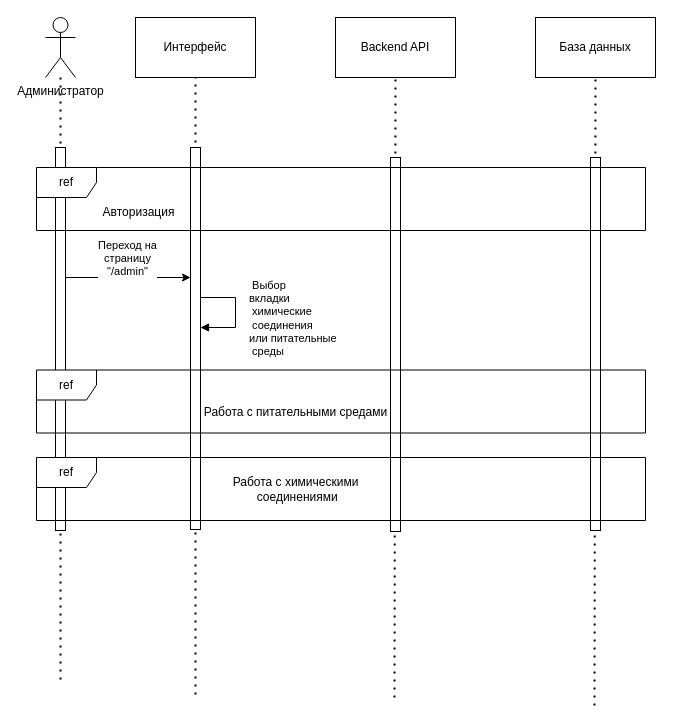
Before: sequence_manage-data.drawio in eva01pilot/plant-tissue-diagrams, a draw.io diagram. Source tidied: cells renumbered, new cells numbered last; positions are measured from the earlier drawing's top-left corner, leaving out a move shared by most shapes. Both pictures are drawn from the tidied source at 100%, with x=0, y=0 at pixel (36, 17).
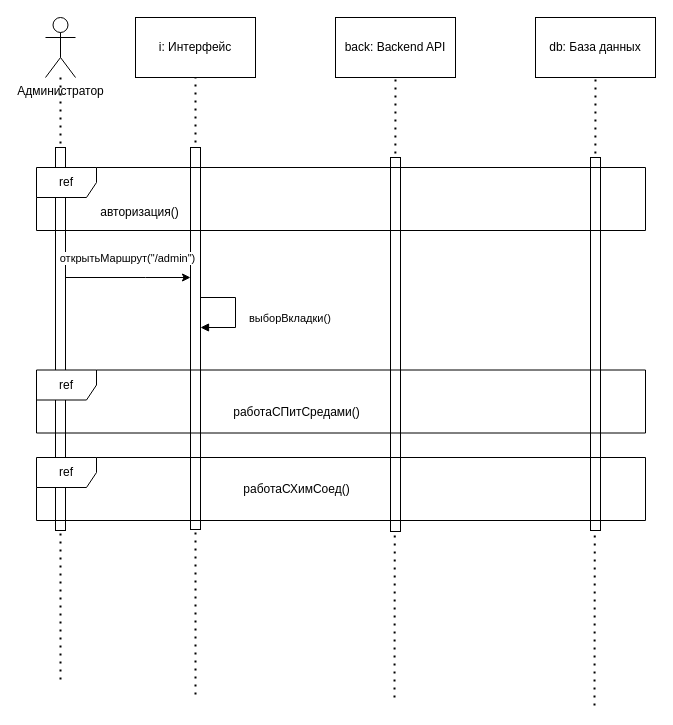
After the change.

Unchanged cells that the change refers to:
```xml
<mxCell id="9" style="html=1;points=[[0,0,0,0,5],[0,1,0,0,-5],[1,0,0,0,5],[1,1,0,0,-5]];perimeter=orthogonalPerimeter;outlineConnect=0;targetShapes=umlLifeline;portConstraint=eastwest;newEdgeStyle={&quot;curved&quot;:0,&quot;rounded&quot;:0};" parent="1" vertex="1">
  <mxGeometry x="154" y="130" width="10" height="382" as="geometry" />
</mxCell>
<mxCell id="16" style="endArrow=classic;html=1;rounded=0;" parent="1" edge="1" source="8" target="9">
  <mxGeometry relative="1" as="geometry">
    <Array as="points">
      <mxPoint x="109" y="260" />
    </Array>
  </mxGeometry>
</mxCell>
```

The edit, as a diff of the source:
```diff
@@
-    <mxCell id="7" value="Интерфейс" style="rounded=0;whiteSpace=wrap;html=1;" parent="1" vertex="1">
+    <mxCell id="7" value="i: Интерфейс" style="rounded=0;whiteSpace=wrap;html=1;" parent="1" vertex="1">
       <mxGeometry x="99" width="120" height="60" as="geometry" />
     </mxCell>
@@
-    <mxCell id="10" value="Backend API" style="rounded=0;whiteSpace=wrap;html=1;" parent="1" vertex="1">
+    <mxCell id="10" value="back: Backend API" style="rounded=0;whiteSpace=wrap;html=1;" parent="1" vertex="1">
       <mxGeometry x="299" width="120" height="60" as="geometry" />
     </mxCell>
@@
-    <mxCell id="12" value="База данных" style="rounded=0;whiteSpace=wrap;html=1;" parent="1" vertex="1">
+    <mxCell id="12" value="db: База данных" style="rounded=0;whiteSpace=wrap;html=1;" parent="1" vertex="1">
       <mxGeometry x="499" width="120" height="60" as="geometry" />
     </mxCell>
@@
-    <mxCell id="15" value="Авторизация" style="text;html=1;align=center;verticalAlign=middle;strokeColor=none;fillColor=none;" parent="1" vertex="1">
-      <mxGeometry x="52" y="180" width="100" height="30" as="geometry" />
+    <mxCell id="15" value="авторизация()" style="text;html=1;align=center;verticalAlign=middle;strokeColor=none;fillColor=none;" parent="1" vertex="1">
+      <mxGeometry x="53" y="182" width="99" height="26" as="geometry" />
     </mxCell>
@@
-    <mxCell id="17" value="&lt;div&gt;Переход на &lt;br&gt;&lt;/div&gt;&lt;div&gt;страницу&lt;/div&gt;&lt;div&gt;&quot;/admin&quot;&lt;br&gt;&lt;/div&gt;" style="edgeLabel;html=1;align=center;verticalAlign=middle;" parent="16" vertex="1">
+    <mxCell id="17" value="открытьМаршрут(&quot;/admin&quot;)" style="edgeLabel;html=1;align=center;verticalAlign=middle;" parent="16" vertex="1">
       <mxGeometry x="-0.11" relative="1" as="geometry">
         <mxPoint x="5" y="-20" as="offset" />
       </mxGeometry>
     </mxCell>
-    <mxCell id="18" value="&lt;div&gt;&amp;nbsp;Выбор &lt;br&gt;&lt;/div&gt;&lt;div&gt;вкладки&lt;br&gt;&lt;/div&gt;&lt;div&gt;&amp;nbsp;химические&lt;/div&gt;&lt;div&gt;&amp;nbsp;соединения&lt;/div&gt;&lt;div&gt;или питательные&lt;/div&gt;&lt;div&gt;&amp;nbsp;среды&lt;br&gt;&lt;/div&gt;" style="html=1;align=left;spacingLeft=2;endArrow=block;rounded=0;edgeStyle=orthogonalEdgeStyle;curved=0;rounded=0;" parent="1" edge="1" source="9" target="9">
+    <mxCell id="18" value="выборВкладки()" style="html=1;align=left;spacingLeft=2;endArrow=block;rounded=0;edgeStyle=orthogonalEdgeStyle;curved=0;rounded=0;" parent="1" edge="1" source="9" target="9">
       <mxGeometry x="0.13" y="10" relative="1" as="geometry">
         <Array as="points">
           <mxPoint x="199" y="280" />
           <mxPoint x="199" y="310" />
         </Array>
       </mxGeometry>
     </mxCell>
@@
-    <mxCell id="20" value="Работа с питательными средами" style="text;html=1;align=center;verticalAlign=middle;strokeColor=none;fillColor=none;" parent="1" vertex="1">
-      <mxGeometry x="154" y="380" width="210" height="30" as="geometry" />
+    <mxCell id="20" value="работаСПитСредами()" style="text;html=1;align=center;verticalAlign=middle;strokeColor=none;fillColor=none;" parent="1" vertex="1">
+      <mxGeometry x="185" y="382" width="149" height="26" as="geometry" />
     </mxCell>
@@
-    <mxCell id="22" value="&lt;div&gt;Работа с химическими&lt;/div&gt;&lt;div&gt;&amp;nbsp;соединениями&lt;/div&gt;" style="text;html=1;align=center;verticalAlign=middle;strokeColor=none;fillColor=none;" parent="1" vertex="1">
-      <mxGeometry x="184" y="451.5" width="150" height="40" as="geometry" />
+    <mxCell id="22" value="работаСХимСоед()" style="text;html=1;align=center;verticalAlign=middle;strokeColor=none;fillColor=none;" parent="1" vertex="1">
+      <mxGeometry x="196" y="458.5" width="127" height="26" as="geometry" />
     </mxCell>
```
